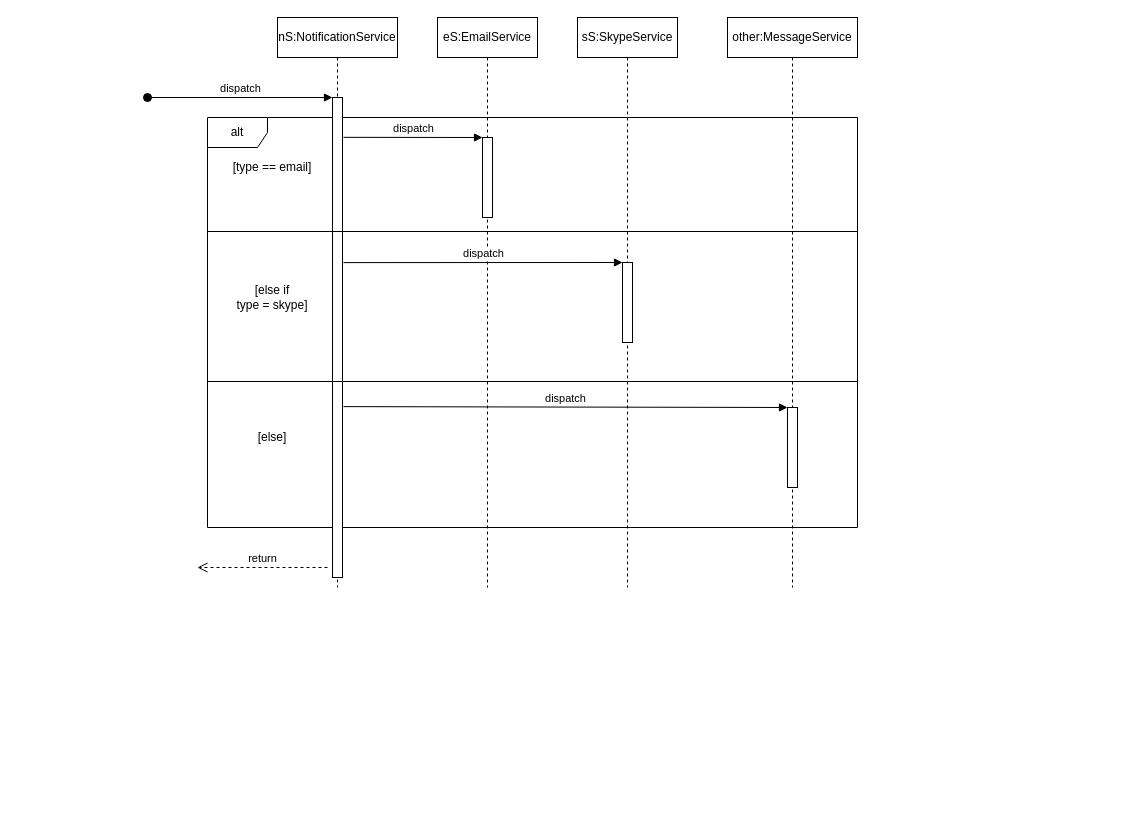
Earlier version of the draw.io diagram page "Sequence" (5 of 5) of Drawings/NotificationService/NotificationService.drawio (RMSLowside/rmslow). Source tidied: cells renumbered, new cells numbered last; positions are measured from the earlier drawing's top-left corner, leaving out a move shared by most shapes. Both pictures are drawn from the tidied source at 100%, with x=0, y=0 at pixel (147, 17).
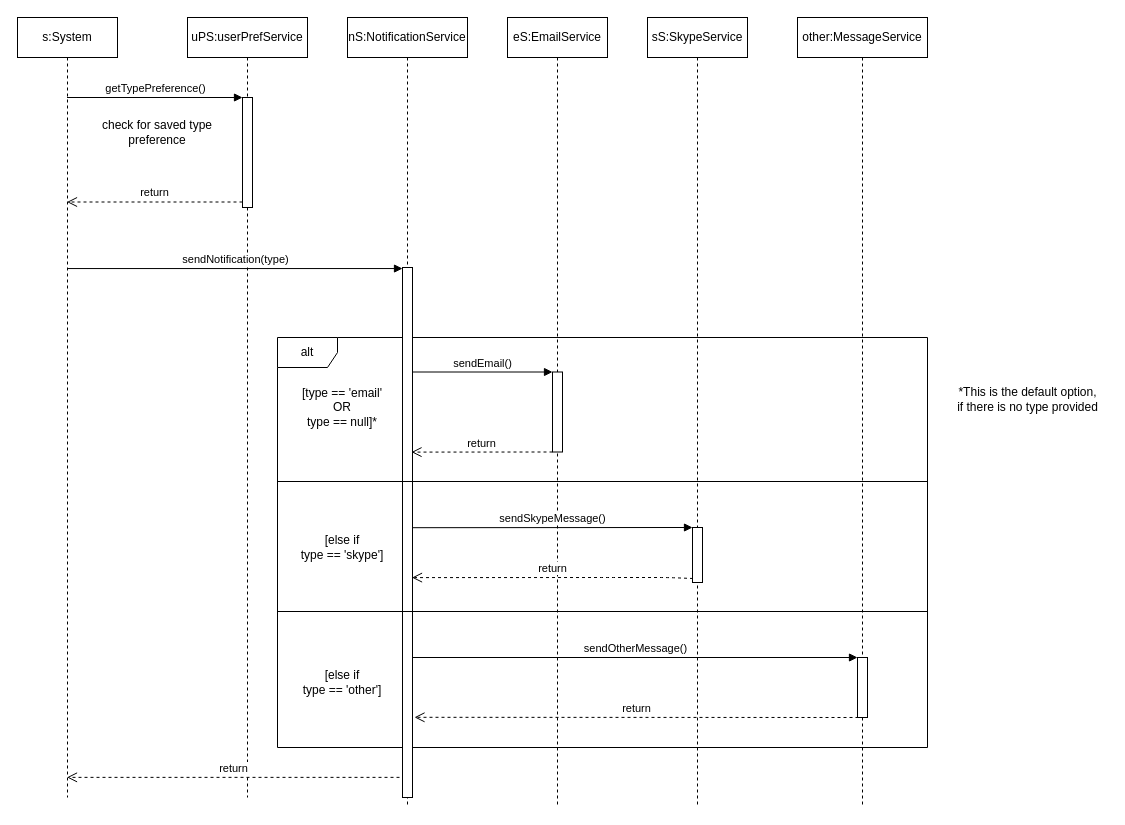
Above is the later version.

Change to the diagram source:
```diff
@@
     <mxCell id="2" value="alt" style="shape=umlFrame;whiteSpace=wrap;html=1;" parent="1" vertex="1">
-      <mxGeometry x="60" y="100" width="650" height="410" as="geometry" />
+      <mxGeometry x="130" y="320" width="650" height="410" as="geometry" />
     </mxCell>
+    <mxCell id="21" value="uPS:userPrefService" style="shape=umlLifeline;perimeter=lifelinePerimeter;whiteSpace=wrap;html=1;" parent="1" vertex="1">
+      <mxGeometry x="40" width="120" height="780" as="geometry" />
+    </mxCell>
+    <mxCell id="22" style="html=1;points=[];perimeter=orthogonalPerimeter;" parent="21" vertex="1">
+      <mxGeometry x="55" y="80" width="10" height="110" as="geometry" />
+    </mxCell>
     <mxCell id="3" value="nS:NotificationService" style="shape=umlLifeline;perimeter=lifelinePerimeter;whiteSpace=wrap;html=1;" parent="1" vertex="1">
-      <mxGeometry x="130" width="120" height="570" as="geometry" />
+      <mxGeometry x="200" width="120" height="790" as="geometry" />
     </mxCell>
     <mxCell id="4" style="html=1;points=[];perimeter=orthogonalPerimeter;" parent="3" vertex="1">
-      <mxGeometry x="55" y="80" width="10" height="480" as="geometry" />
+      <mxGeometry x="55" y="250" width="10" height="530" as="geometry" />
     </mxCell>
-    <mxCell id="5" value="dispatch" style="html=1;verticalAlign=bottom;startArrow=oval;endArrow=block;startSize=8;" parent="3" edge="1" target="4">
-      <mxGeometry relative="1" as="geometry">
-        <mxPoint x="-130" y="80" as="sourcePoint" />
-      </mxGeometry>
-    </mxCell>
     <mxCell id="6" value="eS:EmailService" style="shape=umlLifeline;perimeter=lifelinePerimeter;whiteSpace=wrap;html=1;" parent="1" vertex="1">
-      <mxGeometry x="290" width="100" height="570" as="geometry" />
+      <mxGeometry x="360" width="100" height="790" as="geometry" />
     </mxCell>
     <mxCell id="7" value="sS:SkypeService" style="shape=umlLifeline;perimeter=lifelinePerimeter;whiteSpace=wrap;html=1;" parent="1" vertex="1">
-      <mxGeometry x="430" width="100" height="570" as="geometry" />
+      <mxGeometry x="500" width="100" height="790" as="geometry" />
     </mxCell>
+    <mxCell id="14" style="html=1;points=[];perimeter=orthogonalPerimeter;" parent="7" vertex="1">
+      <mxGeometry x="45" y="510" width="10" height="55" as="geometry" />
+    </mxCell>
     <mxCell id="8" value="other:MessageService" style="shape=umlLifeline;perimeter=lifelinePerimeter;whiteSpace=wrap;html=1;" parent="1" vertex="1">
-      <mxGeometry x="580" width="130" height="570" as="geometry" />
+      <mxGeometry x="650" width="130" height="790" as="geometry" />
     </mxCell>
     <mxCell id="9" style="html=1;points=[];perimeter=orthogonalPerimeter;" parent="8" vertex="1">
-      <mxGeometry x="60" y="390" width="10" height="80" as="geometry" />
+      <mxGeometry x="60" y="640" width="10" height="60" as="geometry" />
     </mxCell>
     <mxCell id="10" style="html=1;points=[];perimeter=orthogonalPerimeter;" parent="1" vertex="1">
-      <mxGeometry x="335" y="120" width="10" height="80" as="geometry" />
+      <mxGeometry x="405" y="354.5" width="10" height="80" as="geometry" />
     </mxCell>
-    <mxCell id="11" value="dispatch" style="html=1;verticalAlign=bottom;endArrow=block;entryX=0;entryY=0;exitX=1.1;exitY=0.083;exitDx=0;exitDy=0;exitPerimeter=0;" parent="1" edge="1" source="4" target="10">
-      <mxGeometry relative="1" as="geometry" />
+    <mxCell id="11" value="sendEmail()" style="html=1;verticalAlign=bottom;endArrow=block;entryX=0;entryY=0;exitX=1;exitY=0.151;exitDx=0;exitDy=0;exitPerimeter=0;" parent="1" edge="1" target="10">
+      <mxGeometry relative="1" as="geometry">
+        <mxPoint x="265" y="354.5" as="sourcePoint" />
+      </mxGeometry>
     </mxCell>
     <mxCell id="12" style="line;strokeWidth=1;fillColor=none;align=left;verticalAlign=middle;spacingTop=-1;spacingLeft=3;spacingRight=3;labelPosition=right;" parent="1" vertex="1">
-      <mxGeometry x="60" y="210" width="650" height="8" as="geometry" />
+      <mxGeometry x="130" y="460" width="650" height="8" as="geometry" />
     </mxCell>
     <mxCell id="13" style="line;strokeWidth=1;fillColor=none;align=left;verticalAlign=middle;spacingTop=-1;spacingLeft=3;spacingRight=3;labelPosition=right;" parent="1" vertex="1">
-      <mxGeometry x="60" y="360" width="650" height="8" as="geometry" />
+      <mxGeometry x="130" y="590" width="650" height="8" as="geometry" />
     </mxCell>
-    <mxCell id="14" style="html=1;points=[];perimeter=orthogonalPerimeter;" parent="1" vertex="1">
-      <mxGeometry x="475" y="245" width="10" height="80" as="geometry" />
-    </mxCell>
-    <mxCell id="15" value="dispatch" style="html=1;verticalAlign=bottom;endArrow=block;entryX=0;entryY=0;exitX=1.1;exitY=0.344;exitDx=0;exitDy=0;exitPerimeter=0;" parent="1" edge="1" source="4" target="14">
-      <mxGeometry relative="1" as="geometry" />
+    <mxCell id="15" value="sendSkypeMessage()" style="html=1;verticalAlign=bottom;endArrow=block;entryX=0;entryY=0;exitX=1;exitY=0.491;exitDx=0;exitDy=0;exitPerimeter=0;" parent="1" edge="1" target="14">
+      <mxGeometry relative="1" as="geometry">
+        <mxPoint x="265" y="510.2" as="sourcePoint" />
+      </mxGeometry>
     </mxCell>
-    <mxCell id="16" value="[type == email]" style="text;html=1;strokeColor=none;fillColor=none;align=center;verticalAlign=middle;whiteSpace=wrap;rounded=0;" parent="1" vertex="1">
-      <mxGeometry x="80" y="140" width="90" height="20" as="geometry" />
+    <mxCell id="16" value="[type == 'email'&lt;br&gt;OR&lt;br&gt;type == null]*" style="text;html=1;strokeColor=none;fillColor=none;align=center;verticalAlign=middle;whiteSpace=wrap;rounded=0;" parent="1" vertex="1">
+      <mxGeometry x="150" y="367.2" width="90" height="45.5" as="geometry" />
     </mxCell>
-    <mxCell id="17" value="[else if &lt;br&gt;type = skype]" style="text;html=1;strokeColor=none;fillColor=none;align=center;verticalAlign=middle;whiteSpace=wrap;rounded=0;" parent="1" vertex="1">
-      <mxGeometry x="80" y="260" width="90" height="40" as="geometry" />
+    <mxCell id="17" value="[else if &lt;br&gt;type == 'skype']" style="text;html=1;strokeColor=none;fillColor=none;align=center;verticalAlign=middle;whiteSpace=wrap;rounded=0;" parent="1" vertex="1">
+      <mxGeometry x="150" y="510" width="90" height="40" as="geometry" />
     </mxCell>
-    <mxCell id="18" value="[else]" style="text;html=1;strokeColor=none;fillColor=none;align=center;verticalAlign=middle;whiteSpace=wrap;rounded=0;" parent="1" vertex="1">
-      <mxGeometry x="90" y="410" width="70" height="20" as="geometry" />
+    <mxCell id="18" value="[else if &lt;br&gt;type == 'other']" style="text;html=1;strokeColor=none;fillColor=none;align=center;verticalAlign=middle;whiteSpace=wrap;rounded=0;" parent="1" vertex="1">
+      <mxGeometry x="150" y="650" width="90" height="30" as="geometry" />
     </mxCell>
-    <mxCell id="19" value="dispatch" style="html=1;verticalAlign=bottom;endArrow=block;entryX=0;entryY=0;exitX=1.1;exitY=0.644;exitDx=0;exitDy=0;exitPerimeter=0;" parent="1" edge="1" source="4" target="9">
-      <mxGeometry relative="1" as="geometry" />
+    <mxCell id="19" value="sendOtherMessage()" style="html=1;verticalAlign=bottom;endArrow=block;entryX=0;entryY=0;" parent="1" edge="1" target="9">
+      <mxGeometry relative="1" as="geometry">
+        <mxPoint x="265" y="640" as="sourcePoint" />
+      </mxGeometry>
     </mxCell>
-    <mxCell id="20" value="return" style="html=1;verticalAlign=bottom;endArrow=open;dashed=1;endSize=8;" parent="1" edge="1">
-      <mxGeometry relative="1" as="geometry">
-        <mxPoint x="180" y="550" as="sourcePoint" />
-        <mxPoint x="50" y="550" as="targetPoint" />
-      </mxGeometry>
+    <mxCell id="20" value="return" style="html=1;verticalAlign=bottom;endArrow=open;dashed=1;endSize=8;exitX=-0.3;exitY=0.962;exitDx=0;exitDy=0;exitPerimeter=0;" parent="1" edge="1" source="4" target="23">
+      <mxGeometry relative="1" as="geometry" />
     </mxCell>
+    <mxCell id="23" value="s:System" style="shape=umlLifeline;perimeter=lifelinePerimeter;whiteSpace=wrap;html=1;outlineConnect=0;" parent="1" vertex="1">
+      <mxGeometry x="-130" width="100" height="780" as="geometry" />
+    </mxCell>
+    <mxCell id="24" value="getTypePreference()" style="html=1;verticalAlign=bottom;endArrow=block;entryX=0;entryY=0;fontFamily=Helvetica;" parent="1" edge="1" source="23" target="22">
+      <mxGeometry relative="1" as="geometry" />
+    </mxCell>
+    <mxCell id="25" value="return" style="html=1;verticalAlign=bottom;endArrow=open;dashed=1;endSize=8;exitX=0;exitY=0.95;" parent="1" edge="1" source="22" target="23">
+      <mxGeometry relative="1" as="geometry" />
+    </mxCell>
+    <mxCell id="26" value="return" style="html=1;verticalAlign=bottom;endArrow=open;dashed=1;endSize=8;entryX=0.9;entryY=0.302;entryDx=0;entryDy=0;entryPerimeter=0;" parent="1" edge="1">
+      <mxGeometry relative="1" as="geometry">
+        <mxPoint x="405" y="434.5" as="sourcePoint" />
+        <mxPoint x="264" y="434.6" as="targetPoint" />
+      </mxGeometry>
+    </mxCell>
+    <mxCell id="27" value="return" style="html=1;verticalAlign=bottom;endArrow=open;dashed=1;endSize=8;entryX=1.2;entryY=0.811;entryDx=0;entryDy=0;entryPerimeter=0;" parent="1" edge="1">
+      <mxGeometry relative="1" as="geometry">
+        <mxPoint x="711" y="700" as="sourcePoint" />
+        <mxPoint x="267" y="699.8" as="targetPoint" />
+      </mxGeometry>
+    </mxCell>
+    <mxCell id="28" value="return" style="html=1;verticalAlign=bottom;endArrow=open;dashed=1;endSize=8;entryX=1;entryY=0.536;entryDx=0;entryDy=0;entryPerimeter=0;" parent="1" edge="1">
+      <mxGeometry relative="1" as="geometry">
+        <mxPoint x="545.5" y="561" as="sourcePoint" />
+        <mxPoint x="264.5" y="560.1" as="targetPoint" />
+        <Array as="points">
+          <mxPoint x="519.5" y="560" />
+          <mxPoint x="459.5" y="560" />
+        </Array>
+      </mxGeometry>
+    </mxCell>
+    <mxCell id="29" value="sendNotification(type)" style="html=1;verticalAlign=bottom;endArrow=block;entryX=0;entryY=0.002;entryDx=0;entryDy=0;entryPerimeter=0;" parent="1" edge="1" source="23" target="4">
+      <mxGeometry relative="1" as="geometry" />
+    </mxCell>
+    <mxCell id="30" value="check for saved type preference" style="text;html=1;strokeColor=none;fillColor=none;align=center;verticalAlign=middle;whiteSpace=wrap;rounded=0;fontFamily=Helvetica;" parent="1" vertex="1">
+      <mxGeometry x="-60" y="100" width="140" height="30" as="geometry" />
+    </mxCell>
+    <mxCell id="31" value="*This is the default option, &lt;br&gt;if there is no type provided" style="text;html=1;align=center;verticalAlign=middle;fontFamily=Helvetica;" parent="1" vertex="1">
+      <mxGeometry x="800" y="367.2" width="160" height="30" as="geometry" />
+    </mxCell>
```
